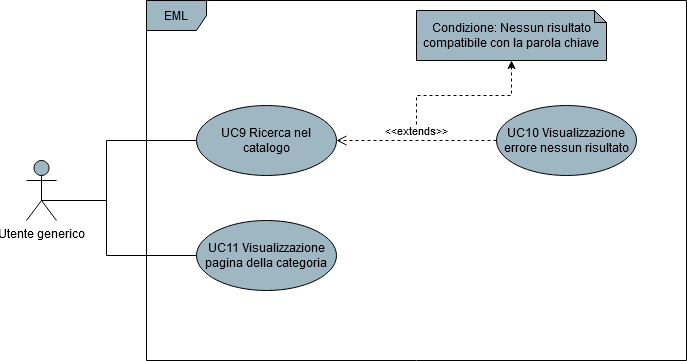
Earlier version of the draw.io export DocumentazioneEsterna/AnalisiDeiRequisiti/res/UseCase/Immagini/NavigazioneCatalogoGenerale.png (Omicron-Team/Documentazione). Source tidied: cells renumbered, new cells last; positions are measured from the earlier drawing's top-left corner, leaving out a move shared by most shapes.
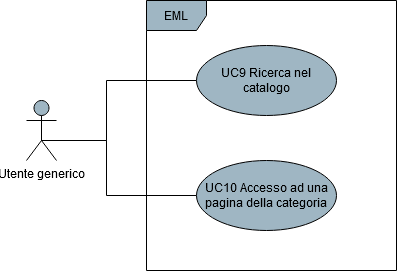
The same file after the commit.

Change to the diagram source:
```diff
@@ -14,25 +14,11 @@
       <mxGeometry y="160" width="30" height="60" as="geometry" />
     </mxCell>
     <mxCell id="4" value="EML" style="shape=umlFrame;whiteSpace=wrap;html=1;fillColor=#9FB6C3;" parent="1" vertex="1">
-      <mxGeometry x="120" width="540" height="360" as="geometry" />
+      <mxGeometry x="120" y="60" width="250" height="270" as="geometry" />
     </mxCell>
     <mxCell id="5" value="UC9 Ricerca nel catalogo" style="ellipse;whiteSpace=wrap;html=1;fillColor=#9FB6C3;" parent="1" vertex="1">
       <mxGeometry x="170" y="105" width="140" height="70" as="geometry" />
     </mxCell>
-    <mxCell id="6" style="edgeStyle=orthogonalEdgeStyle;rounded=0;jettySize=auto;html=1;dashed=1;" parent="1" edge="1" target="9">
-      <mxGeometry relative="1" as="geometry">
-        <mxPoint x="390" y="130" as="sourcePoint" />
-      </mxGeometry>
-    </mxCell>
-    <mxCell id="7" value="UC10 Visualizzazione errore nessun risultato" style="ellipse;whiteSpace=wrap;html=1;fillColor=#9FB6C3;" parent="1" vertex="1">
-      <mxGeometry x="470" y="105" width="140" height="70" as="geometry" />
-    </mxCell>
-    <mxCell id="8" value="&amp;lt;&amp;lt;extends&amp;gt;&amp;gt;" style="html=1;verticalAlign=bottom;endArrow=open;dashed=1;endSize=8;entryX=1;entryY=0.5;entryDx=0;entryDy=0;" parent="1" edge="1" source="7" target="5">
-      <mxGeometry relative="1" as="geometry" />
-    </mxCell>
-    <mxCell id="9" value="Condizione: Nessun risultato compatibile con la parola chiave" style="shape=note;whiteSpace=wrap;html=1;backgroundOutline=1;darkOpacity=0.05;fillColor=#9FB6C3;size=12;" parent="1" vertex="1">
-      <mxGeometry x="390" y="10" width="190" height="50" as="geometry" />
-    </mxCell>
     <mxCell id="10" style="edgeStyle=orthogonalEdgeStyle;rounded=0;jettySize=auto;html=1;entryX=0.5;entryY=0.5;entryDx=0;entryDy=0;entryPerimeter=0;endArrow=none;endFill=0;" parent="1" edge="1" source="11" target="3">
       <mxGeometry relative="1" as="geometry">
         <Array as="points">
@@ -42,7 +28,7 @@
         </Array>
       </mxGeometry>
     </mxCell>
-    <mxCell id="11" value="UC11 Visualizzazione pagina della categoria" style="ellipse;whiteSpace=wrap;html=1;fillColor=#9FB6C3;" parent="1" vertex="1">
+    <mxCell id="11" value="UC10 Accesso ad una pagina della categoria" style="ellipse;whiteSpace=wrap;html=1;fillColor=#9FB6C3;" parent="1" vertex="1">
       <mxGeometry x="170" y="220" width="140" height="70" as="geometry" />
     </mxCell>
   </root>
```
